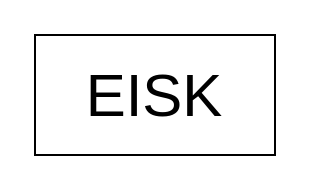
Before: eisk-logo.drawio in EISK/eisk, a draw.io diagram. Source tidied: cells renumbered, new cells numbered last; positions are measured from the earlier drawing's top-left corner, leaving out a move shared by most shapes. Both pictures are drawn from the tidied source at 200%, with x=0, y=0 at pixel (34, 34).
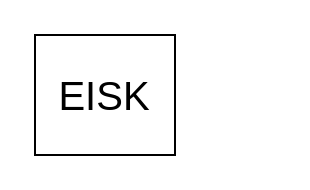
The same diagram, later.

What changed in the source:
```diff
@@
 <mxGraphModel>
   <root>
     <mxCell id="0" />
     <mxCell id="1" parent="0" />
-    <mxCell id="2" value="&lt;font style=&quot;font-size: 30px&quot;&gt;EISK&lt;/font&gt;" style="rounded=0;whiteSpace=wrap;html=1;" parent="1" vertex="1">
-      <mxGeometry width="120" height="60" as="geometry" />
+    <mxCell id="2" value="&lt;font style=&quot;font-size: 20px&quot;&gt;EISK&lt;/font&gt;" style="rounded=0;whiteSpace=wrap;html=1;" parent="1" vertex="1">
+      <mxGeometry width="70" height="60" as="geometry" />
     </mxCell>
   </root>
 </mxGraphModel>
```
